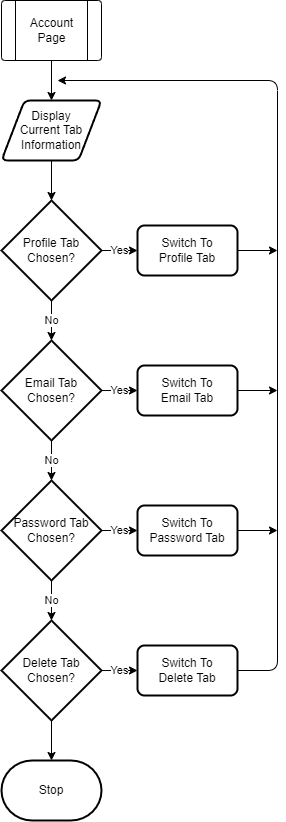
connormcharg/school-work keeps this draw.io diagram as NEA-Final/Writeup/Design/Flowcharts/accountpage.png. Above is the earlier version. Source tidied: cells renumbered, new cells last; positions are measured from the earlier drawing's top-left corner, leaving out a move shared by most shapes.
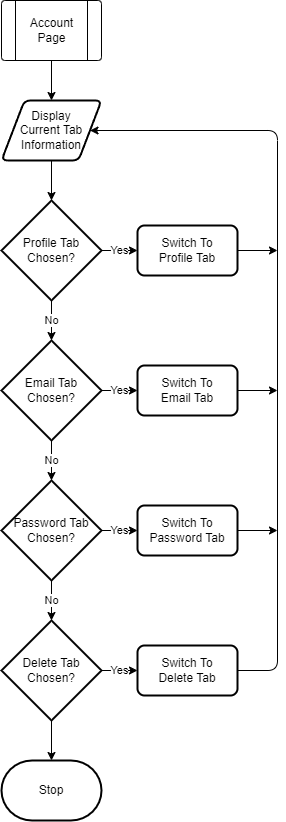
Later version of the same file.

What changed in the source:
```diff
@@ -73,12 +73,11 @@
     <mxCell id="22" value="Switch To&lt;br&gt;Password Tab" style="rounded=1;whiteSpace=wrap;html=1;absoluteArcSize=1;arcSize=14;strokeWidth=2;" parent="1" vertex="1">
       <mxGeometry x="136" y="505" width="100" height="50" as="geometry" />
     </mxCell>
-    <mxCell id="23" style="edgeStyle=none;html=1;" parent="1" edge="1" source="24">
+    <mxCell id="23" style="edgeStyle=none;html=1;entryX=1;entryY=0.5;entryDx=0;entryDy=0;" parent="1" edge="1" source="24" target="4">
       <mxGeometry relative="1" as="geometry">
-        <mxPoint x="56" y="80" as="targetPoint" />
         <Array as="points">
           <mxPoint x="276" y="670" />
-          <mxPoint x="276" y="80" />
+          <mxPoint x="276" y="130" />
         </Array>
       </mxGeometry>
     </mxCell>
```
